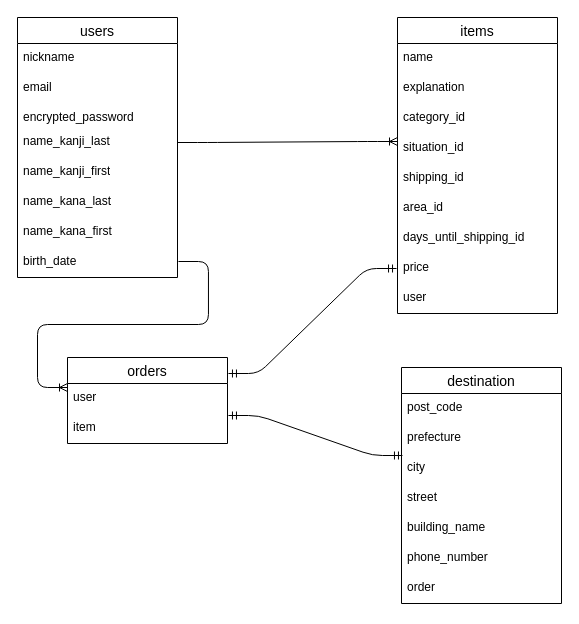
Before: furima.dio in smallteamlog/furima-47543, a draw.io diagram. Source tidied: cells renumbered, new cells numbered last; positions are measured from the earlier drawing's top-left corner, leaving out a move shared by most shapes. Both pictures are drawn from the tidied source at 100%, with x=0, y=0 at pixel (17, 17).
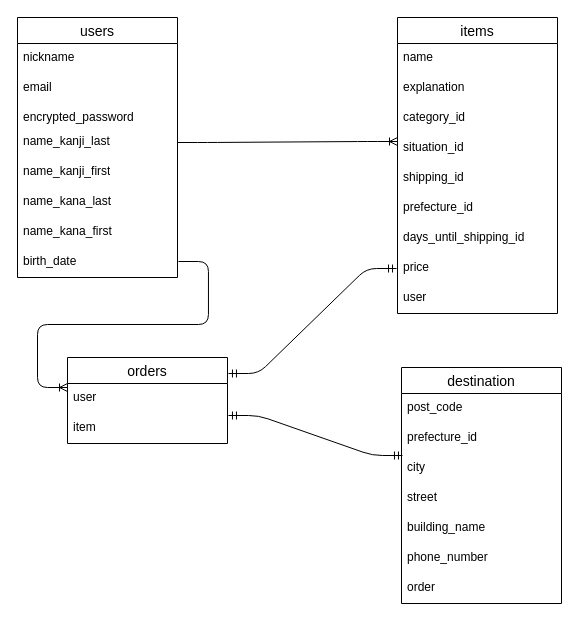
After the change.

Unchanged cells that the change refers to:
```xml
<mxCell id="11" value="items" style="swimlane;fontStyle=0;horizontal=1;startSize=26;align=center;fontSize=14;" parent="1" vertex="1">
  <mxGeometry x="380" width="160" height="296" as="geometry" />
</mxCell>
<mxCell id="21" value="destination" style="swimlane;fontStyle=0;horizontal=1;startSize=26;align=center;fontSize=14;" parent="1" vertex="1">
  <mxGeometry x="384" y="350" width="160" height="236" as="geometry" />
</mxCell>
```

What changed in the source:
```diff
@@
-    <mxCell id="17" value="area_id" style="text;strokeColor=none;fillColor=none;spacingLeft=4;spacingRight=4;overflow=hidden;fontSize=12;whiteSpace=wrap;html=1;" parent="11" vertex="1">
+    <mxCell id="17" value="prefecture_id" style="text;strokeColor=none;fillColor=none;spacingLeft=4;spacingRight=4;overflow=hidden;fontSize=12;whiteSpace=wrap;html=1;" parent="11" vertex="1">
       <mxGeometry y="176" width="160" height="30" as="geometry" />
     </mxCell>
@@
-    <mxCell id="23" value="prefecture" style="text;strokeColor=none;fillColor=none;spacingLeft=4;spacingRight=4;overflow=hidden;fontSize=12;whiteSpace=wrap;html=1;" parent="21" vertex="1">
+    <mxCell id="23" value="prefecture_id" style="text;strokeColor=none;fillColor=none;spacingLeft=4;spacingRight=4;overflow=hidden;fontSize=12;whiteSpace=wrap;html=1;" parent="21" vertex="1">
       <mxGeometry y="56" width="160" height="30" as="geometry" />
     </mxCell>
```
